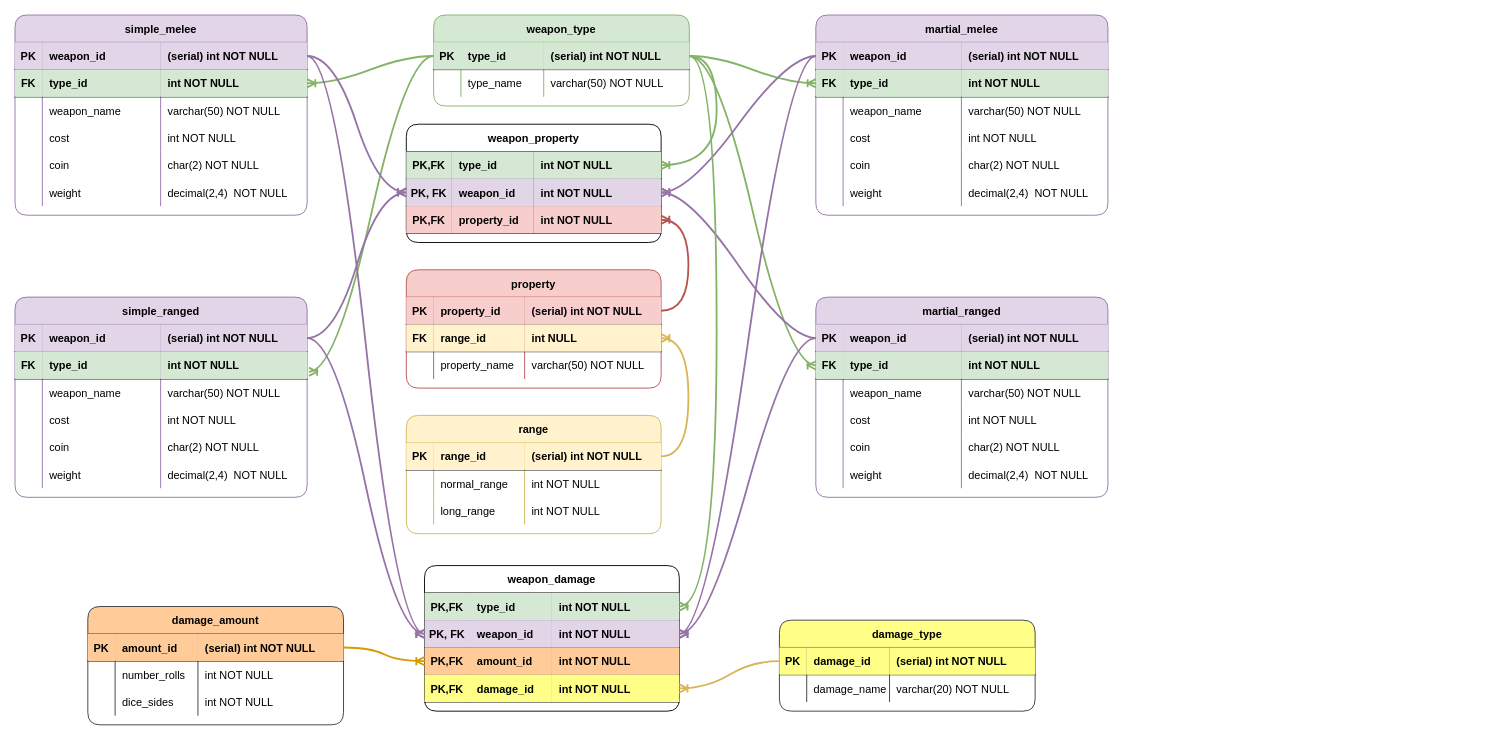
Above: page "weapon" (2 of 3) of diagrams/Entity Relationship Diagram.drawio in kschuljak/fantasy_shop (draw.io), before the change. Source tidied: cells renumbered, new cells numbered last; positions are measured from the earlier drawing's top-left corner, leaving out a move shared by most shapes. Both pictures are drawn from the tidied source at 91%, with x=0, y=0 at pixel (15, 15).
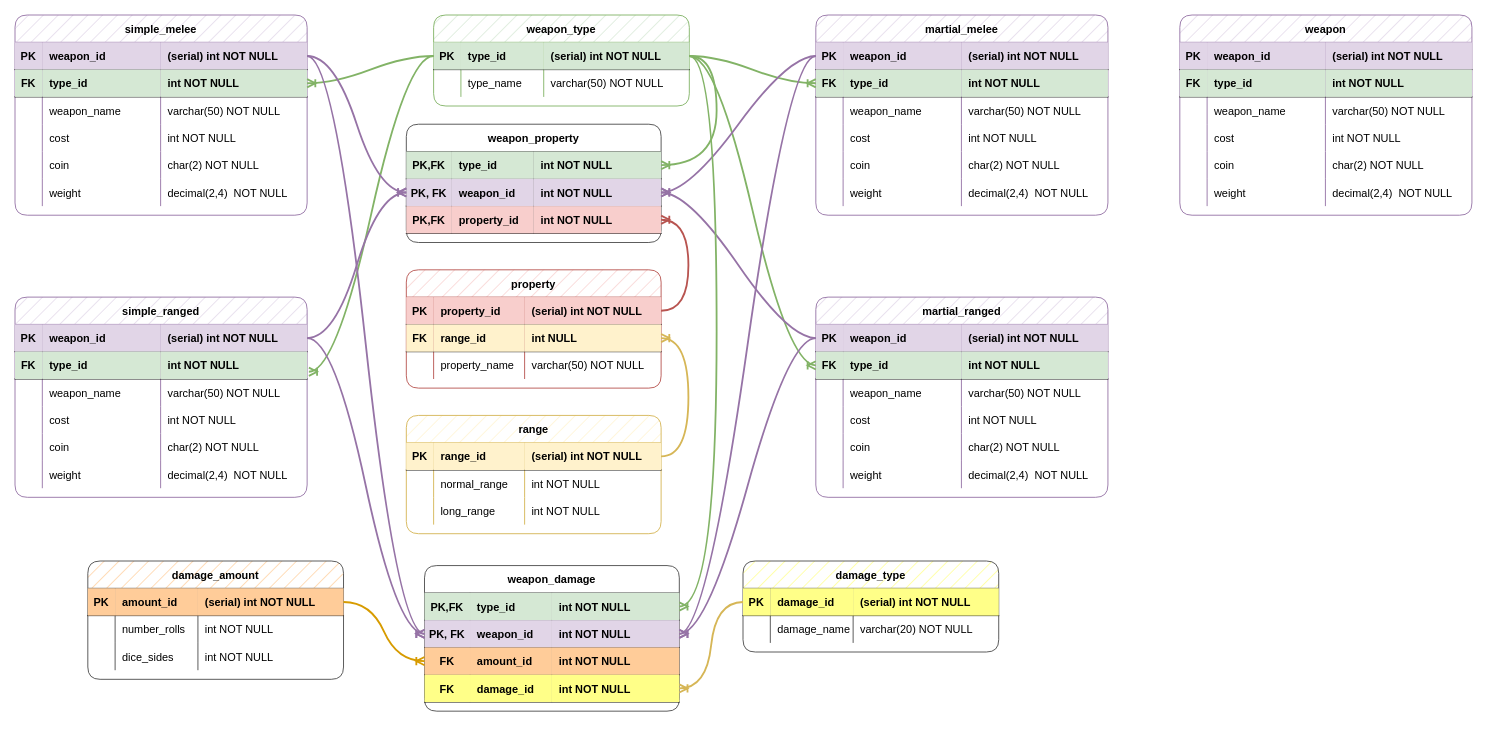
The same diagram, later.

The change refers to these unchanged cells:
```xml
<mxCell id="178" style="shape=partialRectangle;fillColor=none;points=[[0,0.5],[1,0.5]];portConstraint=eastwest;top=0;left=0;right=0;bottom=1;" parent="169" vertex="1">
  <mxGeometry y="90" width="280" height="30" as="geometry" />
</mxCell>
<mxCell id="182" style="shape=partialRectangle;fillColor=none;points=[[0,0.5],[1,0.5]];portConstraint=eastwest;top=0;left=0;right=0;bottom=1;" parent="169" vertex="1">
  <mxGeometry y="120" width="280" height="30" as="geometry" />
</mxCell>
```

What changed in the source:
```diff
@@
-    <mxCell id="2" value="weapon_type" style="shape=table;startSize=30;childLayout=tableLayout;rowLines=0;fontStyle=1;align=center;fillColor=#d5e8d4;strokeColor=#82b366;rounded=1;" parent="1" vertex="1">
+    <mxCell id="2" value="weapon_type" style="shape=table;startSize=30;childLayout=tableLayout;rowLines=0;fontStyle=1;align=center;fillColor=#d5e8d4;strokeColor=#82b366;rounded=1;fillStyle=hatch;" parent="1" vertex="1">
       <mxGeometry x="460" width="281" height="100" as="geometry" />
     </mxCell>
@@
-    <mxCell id="11" value="simple_melee" style="shape=table;startSize=30;childLayout=tableLayout;rowLines=0;fontStyle=1;align=center;fillColor=#e1d5e7;strokeColor=#9673a6;rounded=1;" parent="1" vertex="1">
+    <mxCell id="11" value="simple_melee" style="shape=table;startSize=30;childLayout=tableLayout;rowLines=0;fontStyle=1;align=center;fillColor=#e1d5e7;strokeColor=#9673a6;rounded=1;fillStyle=hatch;" parent="1" vertex="1">
       <mxGeometry width="321" height="220" as="geometry" />
     </mxCell>
@@
-    <mxCell id="36" value="simple_ranged" style="shape=table;startSize=30;childLayout=tableLayout;rowLines=0;fontStyle=1;align=center;fillColor=#e1d5e7;strokeColor=#9673a6;rounded=1;" parent="1" vertex="1">
+    <mxCell id="36" value="simple_ranged" style="shape=table;startSize=30;childLayout=tableLayout;rowLines=0;fontStyle=1;align=center;fillColor=#e1d5e7;strokeColor=#9673a6;rounded=1;fillStyle=hatch;" parent="1" vertex="1">
       <mxGeometry y="310" width="321" height="220" as="geometry" />
     </mxCell>
@@
-    <mxCell id="61" value="martial_melee" style="shape=table;startSize=30;childLayout=tableLayout;rowLines=0;fontStyle=1;align=center;fillColor=#e1d5e7;strokeColor=#9673a6;rounded=1;" parent="1" vertex="1">
+    <mxCell id="61" value="martial_melee" style="shape=table;startSize=30;childLayout=tableLayout;rowLines=0;fontStyle=1;align=center;fillColor=#e1d5e7;strokeColor=#9673a6;rounded=1;fillStyle=hatch;" parent="1" vertex="1">
       <mxGeometry x="880" width="321" height="220" as="geometry" />
     </mxCell>
@@
-    <mxCell id="86" value="martial_ranged" style="shape=table;startSize=30;childLayout=tableLayout;rowLines=0;fontStyle=1;align=center;fillColor=#e1d5e7;strokeColor=#9673a6;rounded=1;" parent="1" vertex="1">
+    <mxCell id="86" value="martial_ranged" style="shape=table;startSize=30;childLayout=tableLayout;rowLines=0;fontStyle=1;align=center;fillColor=#e1d5e7;strokeColor=#9673a6;rounded=1;fillStyle=hatch;" parent="1" vertex="1">
       <mxGeometry x="880" y="310" width="321" height="220" as="geometry" />
     </mxCell>
@@
-    <mxCell id="115" value="property" style="shape=table;startSize=30;childLayout=tableLayout;rowLines=0;fontStyle=1;align=center;fillColor=#f8cecc;strokeColor=#b85450;rounded=1;" parent="1" vertex="1">
+    <mxCell id="115" value="property" style="shape=table;startSize=30;childLayout=tableLayout;rowLines=0;fontStyle=1;align=center;fillColor=#f8cecc;strokeColor=#b85450;rounded=1;fillStyle=hatch;" parent="1" vertex="1">
       <mxGeometry x="430" y="280" width="280" height="130" as="geometry" />
     </mxCell>
@@
-    <mxCell id="128" value="range" style="shape=table;startSize=30;childLayout=tableLayout;rowLines=0;fontStyle=1;align=center;fillColor=#fff2cc;strokeColor=#d6b656;rounded=1;" parent="1" vertex="1">
+    <mxCell id="128" value="range" style="shape=table;startSize=30;childLayout=tableLayout;rowLines=0;fontStyle=1;align=center;fillColor=#fff2cc;strokeColor=#d6b656;rounded=1;fillStyle=hatch;" parent="1" vertex="1">
       <mxGeometry x="430" y="440" width="280" height="130" as="geometry" />
     </mxCell>
@@
-    <mxCell id="141" value="weapon_property" style="shape=table;startSize=30;childLayout=tableLayout;rowLines=0;fontStyle=1;align=center;rounded=1;" parent="1" vertex="1">
+    <mxCell id="141" value="weapon_property" style="shape=table;startSize=30;childLayout=tableLayout;rowLines=0;fontStyle=1;align=center;rounded=1;strokeColor=#4D4D4D;" parent="1" vertex="1">
       <mxGeometry x="430" y="120" width="280" height="130" as="geometry" />
     </mxCell>
@@
-    <mxCell id="160" value="damage_type" style="shape=table;startSize=30;childLayout=tableLayout;rowLines=0;fontStyle=1;align=center;fillColor=#ffff88;strokeColor=#36393d;rounded=1;" parent="1" vertex="1">
-      <mxGeometry x="840" y="665" width="281" height="100" as="geometry" />
+    <mxCell id="160" value="damage_type" style="shape=table;startSize=30;childLayout=tableLayout;rowLines=0;fontStyle=1;align=center;fillColor=#ffff88;strokeColor=#4D4D4D;rounded=1;fillStyle=hatch;" parent="1" vertex="1">
+      <mxGeometry x="800" y="600" width="281" height="100" as="geometry" />
     </mxCell>
@@
-    <mxCell id="169" value="weapon_damage" style="shape=table;startSize=30;childLayout=tableLayout;rowLines=0;fontStyle=1;align=center;rounded=1;" parent="1" vertex="1">
+    <mxCell id="169" value="weapon_damage" style="shape=table;startSize=30;childLayout=tableLayout;rowLines=0;fontStyle=1;align=center;rounded=1;strokeColor=#4D4D4D;" parent="1" vertex="1">
       <mxGeometry x="450" y="605" width="280" height="160" as="geometry" />
     </mxCell>
@@
-    <mxCell id="179" value="PK,FK" style="shape=partialRectangle;overflow=hidden;top=0;left=0;bottom=0;right=0;fontStyle=1;fillColor=#ffcc99;strokeColor=#36393d;" parent="178" vertex="1">
+    <mxCell id="179" value="FK" style="shape=partialRectangle;overflow=hidden;top=0;left=0;bottom=0;right=0;fontStyle=1;fillColor=#ffcc99;strokeColor=#36393d;" parent="178" vertex="1">
       <mxGeometry width="50" height="30" as="geometry" />
     </mxCell>
@@
-    <mxCell id="183" value="PK,FK" style="shape=partialRectangle;overflow=hidden;top=0;left=0;bottom=0;right=0;fontStyle=1;fillColor=#ffff88;strokeColor=#36393d;" parent="182" vertex="1">
+    <mxCell id="183" value="FK" style="shape=partialRectangle;overflow=hidden;top=0;left=0;bottom=0;right=0;fontStyle=1;fillColor=#ffff88;strokeColor=#36393d;" parent="182" vertex="1">
       <mxGeometry width="50" height="30" as="geometry" />
     </mxCell>
@@
-    <mxCell id="186" value="damage_amount" style="shape=table;startSize=30;childLayout=tableLayout;rowLines=0;fontStyle=1;align=center;fillColor=#ffcc99;strokeColor=#36393d;rounded=1;" parent="1" vertex="1">
-      <mxGeometry x="80" y="650" width="281" height="130" as="geometry" />
+    <mxCell id="186" value="damage_amount" style="shape=table;startSize=30;childLayout=tableLayout;rowLines=0;fontStyle=1;align=center;fillColor=#ffcc99;strokeColor=#4D4D4D;rounded=1;fillStyle=hatch;" parent="1" vertex="1">
+      <mxGeometry x="80" y="600" width="281" height="130" as="geometry" />
     </mxCell>
@@
+    <mxCell id="207" value="weapon" style="shape=table;startSize=30;childLayout=tableLayout;rowLines=0;fontStyle=1;align=center;fillColor=#e1d5e7;strokeColor=#9673a6;rounded=1;fillStyle=hatch;" parent="1" vertex="1">
+      <mxGeometry x="1280" width="321" height="220" as="geometry" />
+    </mxCell>
+    <mxCell id="208" style="shape=partialRectangle;fillColor=none;top=0;left=0;right=0;bottom=1;" parent="207" vertex="1">
+      <mxGeometry y="30" width="321" height="30" as="geometry" />
+    </mxCell>
+    <mxCell id="209" value="PK" style="shape=partialRectangle;overflow=hidden;top=0;left=0;bottom=0;right=0;fontStyle=1;fillColor=#e1d5e7;strokeColor=#9673a6;" parent="208" vertex="1">
+      <mxGeometry width="30" height="30" as="geometry" />
+    </mxCell>
+    <mxCell id="210" value="weapon_id" style="shape=partialRectangle;overflow=hidden;top=0;left=0;bottom=0;right=0;align=left;spacingLeft=6;fontStyle=1;fillColor=#e1d5e7;strokeColor=#9673a6;" parent="208" vertex="1">
+      <mxGeometry x="30" width="130" height="30" as="geometry" />
+    </mxCell>
+    <mxCell id="211" value="(serial) int NOT NULL" style="shape=partialRectangle;overflow=hidden;top=0;left=0;bottom=0;right=0;align=left;spacingLeft=6;fontStyle=1;fillColor=#e1d5e7;strokeColor=#9673a6;" parent="208" vertex="1">
+      <mxGeometry x="160" width="161" height="30" as="geometry" />
+    </mxCell>
+    <mxCell id="212" style="shape=partialRectangle;fillColor=none;top=0;left=0;right=0;bottom=1;" parent="207" vertex="1">
+      <mxGeometry y="60" width="321" height="30" as="geometry" />
+    </mxCell>
+    <mxCell id="213" value="FK" style="shape=partialRectangle;overflow=hidden;fillColor=#d5e8d4;top=0;left=0;bottom=0;right=0;fontStyle=1;strokeColor=#82b366;" parent="212" vertex="1">
+      <mxGeometry width="30" height="30" as="geometry" />
+    </mxCell>
+    <mxCell id="214" value="type_id" style="shape=partialRectangle;overflow=hidden;fillColor=#d5e8d4;top=0;left=0;bottom=0;right=0;align=left;spacingLeft=6;fontStyle=1;strokeColor=#82b366;" parent="212" vertex="1">
+      <mxGeometry x="30" width="130" height="30" as="geometry" />
+    </mxCell>
+    <mxCell id="215" value="int NOT NULL" style="shape=partialRectangle;overflow=hidden;fillColor=#d5e8d4;top=0;left=0;bottom=0;right=0;align=left;spacingLeft=6;fontStyle=1;strokeColor=#82b366;" parent="212" vertex="1">
+      <mxGeometry x="160" width="161" height="30" as="geometry" />
+    </mxCell>
+    <mxCell id="216" style="shape=partialRectangle;fillColor=none;top=0;left=0;right=0;bottom=0;" parent="207" vertex="1">
+      <mxGeometry y="90" width="321" height="30" as="geometry" />
+    </mxCell>
+    <mxCell id="217" style="shape=partialRectangle;overflow=hidden;fillColor=none;top=0;left=0;bottom=0;right=0;" parent="216" vertex="1">
+      <mxGeometry width="30" height="30" as="geometry" />
+    </mxCell>
+    <mxCell id="218" value="weapon_name" style="shape=partialRectangle;overflow=hidden;fillColor=none;top=0;left=0;bottom=0;right=0;align=left;spacingLeft=6;" parent="216" vertex="1">
+      <mxGeometry x="30" width="130" height="30" as="geometry" />
+    </mxCell>
+    <mxCell id="219" value="varchar(50) NOT NULL" style="shape=partialRectangle;overflow=hidden;fillColor=none;top=0;left=0;bottom=0;right=0;align=left;spacingLeft=6;" parent="216" vertex="1">
+      <mxGeometry x="160" width="161" height="30" as="geometry" />
+    </mxCell>
+    <mxCell id="220" style="shape=partialRectangle;fillColor=none;top=0;left=0;right=0;bottom=0;" parent="207" vertex="1">
+      <mxGeometry y="120" width="321" height="30" as="geometry" />
+    </mxCell>
+    <mxCell id="221" style="shape=partialRectangle;overflow=hidden;fillColor=none;top=0;left=0;bottom=0;right=0;" parent="220" vertex="1">
+      <mxGeometry width="30" height="30" as="geometry" />
+    </mxCell>
+    <mxCell id="222" value="cost" style="shape=partialRectangle;overflow=hidden;fillColor=none;top=0;left=0;bottom=0;right=0;align=left;spacingLeft=6;" parent="220" vertex="1">
+      <mxGeometry x="30" width="130" height="30" as="geometry" />
+    </mxCell>
+    <mxCell id="223" value="int NOT NULL" style="shape=partialRectangle;overflow=hidden;fillColor=none;top=0;left=0;bottom=0;right=0;align=left;spacingLeft=6;" parent="220" vertex="1">
+      <mxGeometry x="160" width="161" height="30" as="geometry" />
+    </mxCell>
+    <mxCell id="224" style="shape=partialRectangle;fillColor=none;top=0;left=0;right=0;bottom=0;" parent="207" vertex="1">
+      <mxGeometry y="150" width="321" height="30" as="geometry" />
+    </mxCell>
+    <mxCell id="225" style="shape=partialRectangle;overflow=hidden;fillColor=none;top=0;left=0;bottom=0;right=0;" parent="224" vertex="1">
+      <mxGeometry width="30" height="30" as="geometry" />
+    </mxCell>
+    <mxCell id="226" value="coin" style="shape=partialRectangle;overflow=hidden;fillColor=none;top=0;left=0;bottom=0;right=0;align=left;spacingLeft=6;" parent="224" vertex="1">
+      <mxGeometry x="30" width="130" height="30" as="geometry" />
+    </mxCell>
+    <mxCell id="227" value="char(2) NOT NULL" style="shape=partialRectangle;overflow=hidden;fillColor=none;top=0;left=0;bottom=0;right=0;align=left;spacingLeft=6;" parent="224" vertex="1">
+      <mxGeometry x="160" width="161" height="30" as="geometry" />
+    </mxCell>
+    <mxCell id="228" style="shape=partialRectangle;fillColor=none;top=0;left=0;right=0;bottom=0;" parent="207" vertex="1">
+      <mxGeometry y="180" width="321" height="30" as="geometry" />
+    </mxCell>
+    <mxCell id="229" style="shape=partialRectangle;overflow=hidden;fillColor=none;top=0;left=0;bottom=0;right=0;" parent="228" vertex="1">
+      <mxGeometry width="30" height="30" as="geometry" />
+    </mxCell>
+    <mxCell id="230" value="weight" style="shape=partialRectangle;overflow=hidden;fillColor=none;top=0;left=0;bottom=0;right=0;align=left;spacingLeft=6;" parent="228" vertex="1">
+      <mxGeometry x="30" width="130" height="30" as="geometry" />
+    </mxCell>
+    <mxCell id="231" value="decimal(2,4)  NOT NULL" style="shape=partialRectangle;overflow=hidden;fillColor=none;top=0;left=0;bottom=0;right=0;align=left;spacingLeft=6;" parent="228" vertex="1">
+      <mxGeometry x="160" width="161" height="30" as="geometry" />
+    </mxCell>
```
